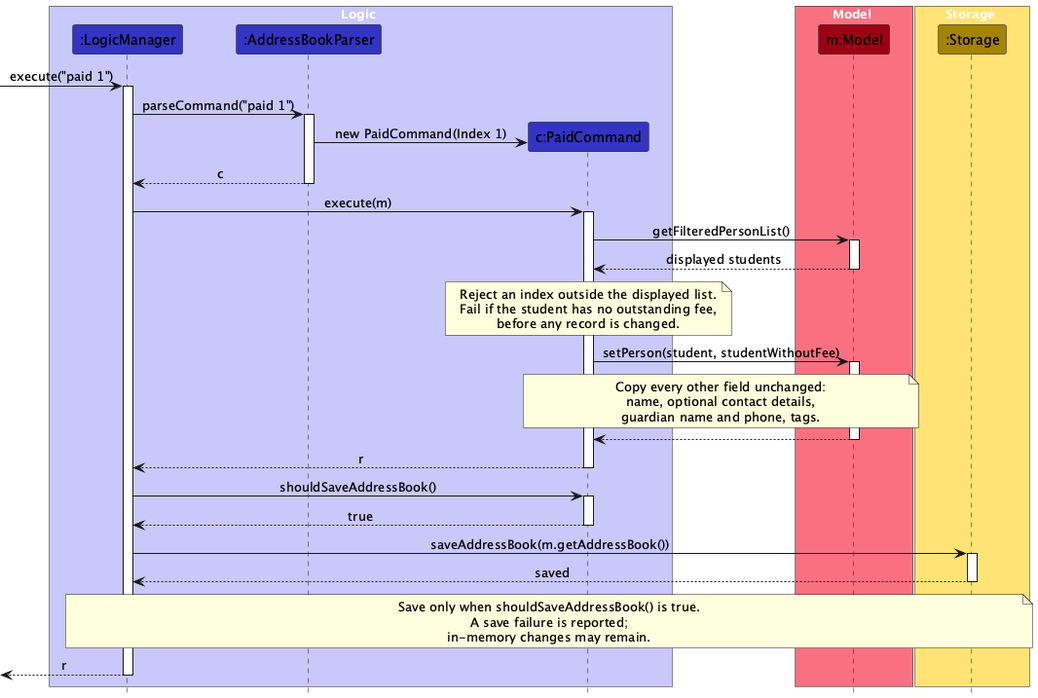
Before: docs/images/PaidSequenceDiagram.png, a diagram exported from PlantUML (AY2627S1-CS2103T-F09-2a/tp).
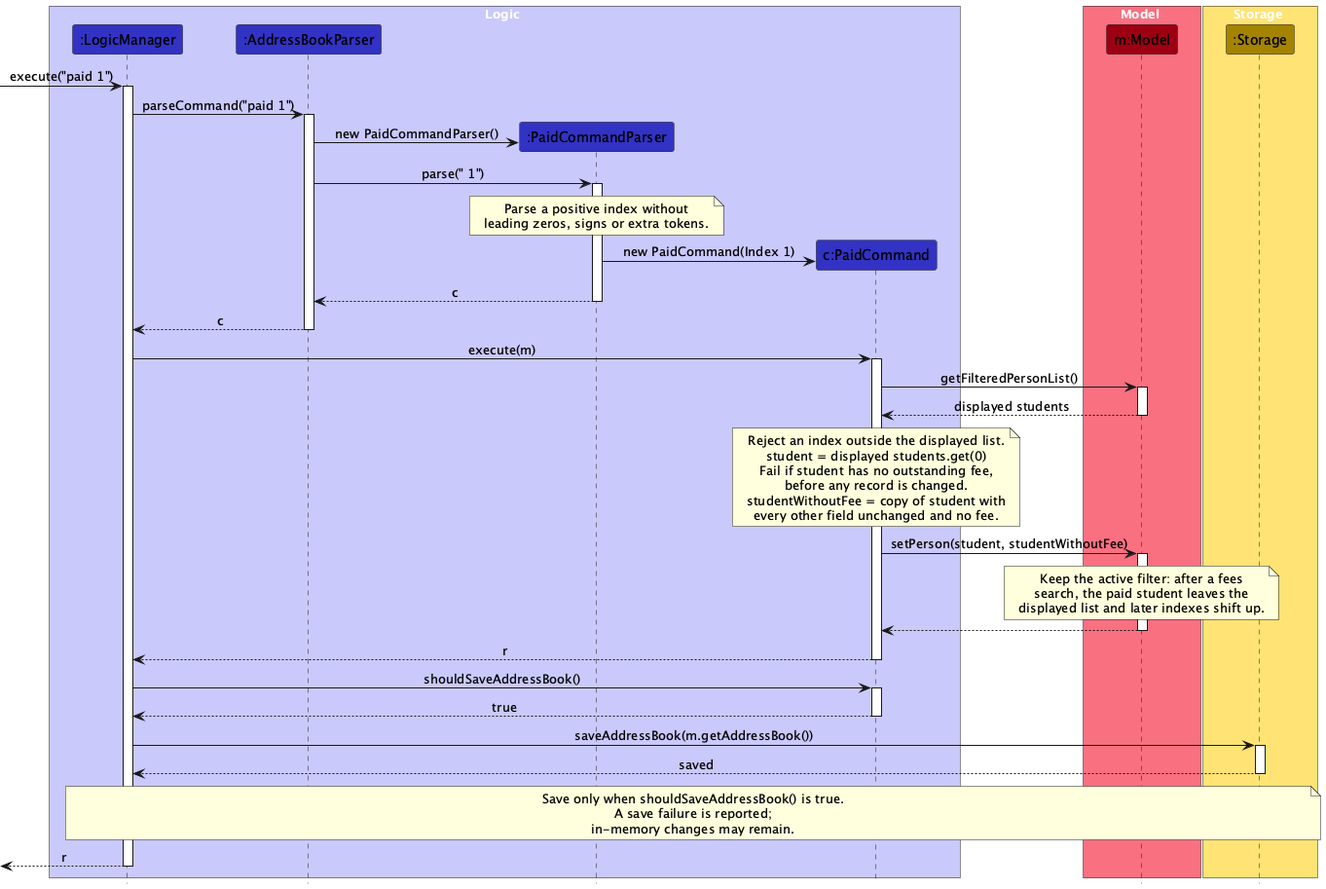
The same diagram one commit later.

Commit message:
Route paid parsing through PaidCommandParser in the diagram

AddressBookParser delegates "paid" to a new PaidCommandParser, which
validates the index and creates the PaidCommand. The diagram skipped
that step and let AddressBookParser create the command directly.

Show the parser lifeline, its activation and return, and name where
student and studentWithoutFee come from. Restore the note that the
active filter is kept, so a paid student leaves a fees result.

Change to the diagram source:
```diff
@@ -9,6 +9,7 @@
 box Logic LOGIC_COLOR_T1
 participant ":LogicManager" as Logic LOGIC_COLOR
 participant ":AddressBookParser" as Parser LOGIC_COLOR
+participant ":PaidCommandParser" as PaidParser LOGIC_COLOR
 participant "c:PaidCommand" as Paid LOGIC_COLOR
 end box
 
@@ -24,8 +25,18 @@
 activate Logic
 Logic -> Parser : parseCommand("paid 1")
 activate Parser
+create PaidParser
+Parser -> PaidParser : new PaidCommandParser()
+Parser -> PaidParser : parse(" 1")
+activate PaidParser
+note over PaidParser
+Parse a positive index without
+leading zeros, signs or extra tokens.
+end note
 create Paid
-Parser -> Paid : new PaidCommand(Index 1)
+PaidParser -> Paid : new PaidCommand(Index 1)
+PaidParser --> Parser : c
+deactivate PaidParser
 Parser --> Logic : c
 deactivate Parser
 
@@ -37,16 +48,19 @@
 deactivate Model
 note over Paid
 Reject an index outside the displayed list.
-Fail if the student has no outstanding fee,
+student = displayed students.get(0)
+Fail if student has no outstanding fee,
 before any record is changed.
+studentWithoutFee = copy of student with
+every other field unchanged and no fee.
 end note
 
 Paid -> Model : setPerson(student, studentWithoutFee)
 activate Model
-note over Paid, Model
-Copy every other field unchanged:
-name, optional contact details,
-guardian name and phone, tags.
+note over Model
+Keep the active filter: after a fees
+search, the paid student leaves the
+displayed list and later indexes shift up.
 end note
 Model --> Paid
 deactivate Model
```
